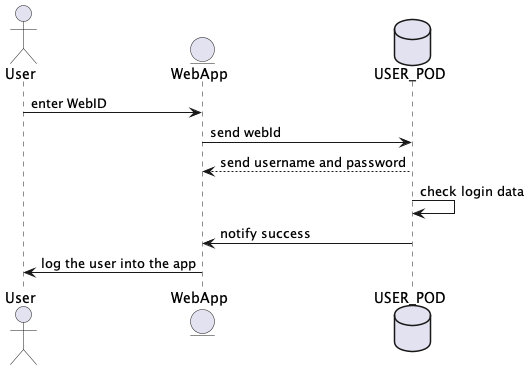
Arquisoft/lomap_es5c keeps this PlantUML diagram as images/login diagram.png. Above is the earlier version. The source it was exported from:
```plantuml
@startuml
actor User
entity EntityWeb as "WebApp"
database Pod as "USER_POD"

User -> EntityWeb: enter WebID
EntityWeb -> Pod: send webId
Pod --> EntityWeb: send username and password
Pod -> Pod: check login data
Pod -> EntityWeb: notify success
EntityWeb -> User: log the user into the app
@enduml
```
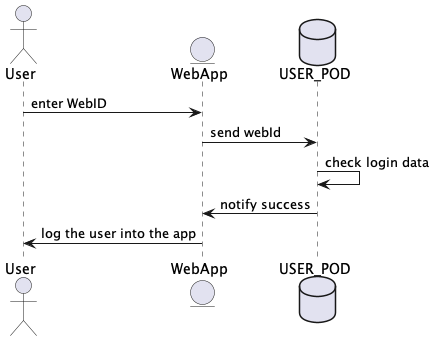
The same file after the commit.

Change to the diagram source:
```diff
@@ -5,7 +5,6 @@
 
 User -> EntityWeb: enter WebID
 EntityWeb -> Pod: send webId
-Pod --> EntityWeb: send username and password
 Pod -> Pod: check login data
 Pod -> EntityWeb: notify success
 EntityWeb -> User: log the user into the app
```
